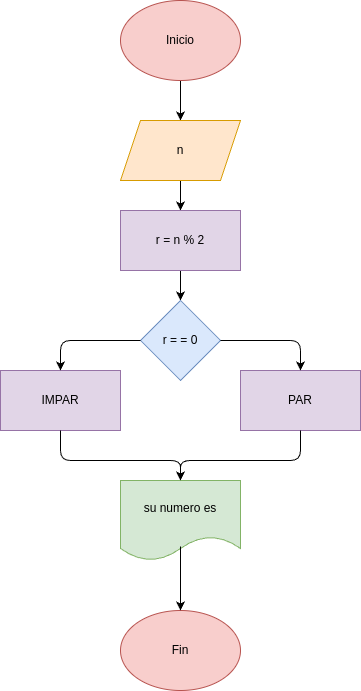
This is EJERCICIO_3/diagrama.png from michaelmorales-web/taller_condicionales, a draw.io export, as it was before one commit. Source tidied: cells renumbered, new cells last; positions are measured from the earlier drawing's top-left corner, leaving out a move shared by most shapes.
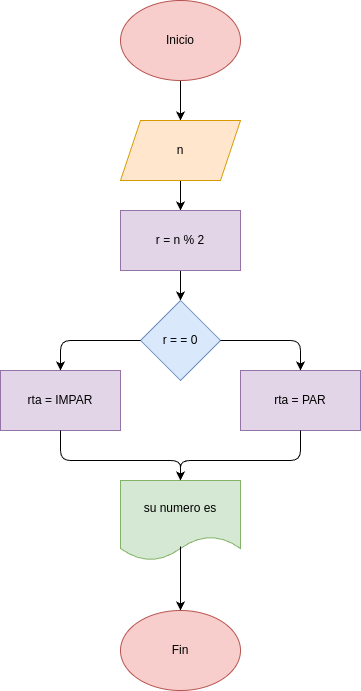
After the change.

Diff of the diagram source:
```diff
@@ -23,10 +23,10 @@
     <mxCell id="8" value="r = = 0" style="rhombus;whiteSpace=wrap;html=1;fillColor=#dae8fc;strokeColor=#6c8ebf;" parent="1" vertex="1">
       <mxGeometry x="140" y="300" width="80" height="80" as="geometry" />
     </mxCell>
-    <mxCell id="9" value="PAR" style="rounded=0;whiteSpace=wrap;html=1;fillColor=#e1d5e7;strokeColor=#9673a6;" parent="1" vertex="1">
+    <mxCell id="9" value="rta = PAR" style="rounded=0;whiteSpace=wrap;html=1;fillColor=#e1d5e7;strokeColor=#9673a6;" parent="1" vertex="1">
       <mxGeometry x="240" y="370" width="120" height="60" as="geometry" />
     </mxCell>
-    <mxCell id="10" value="IMPAR" style="rounded=0;whiteSpace=wrap;html=1;fillColor=#e1d5e7;strokeColor=#9673a6;" parent="1" vertex="1">
+    <mxCell id="10" value="rta = IMPAR" style="rounded=0;whiteSpace=wrap;html=1;fillColor=#e1d5e7;strokeColor=#9673a6;" parent="1" vertex="1">
       <mxGeometry y="370" width="120" height="60" as="geometry" />
     </mxCell>
     <mxCell id="11" style="endArrow=classic;html=1;exitX=0;exitY=0.5;exitDx=0;exitDy=0;entryX=0.5;entryY=0;entryDx=0;entryDy=0;" parent="1" edge="1" source="8" target="10">
```
